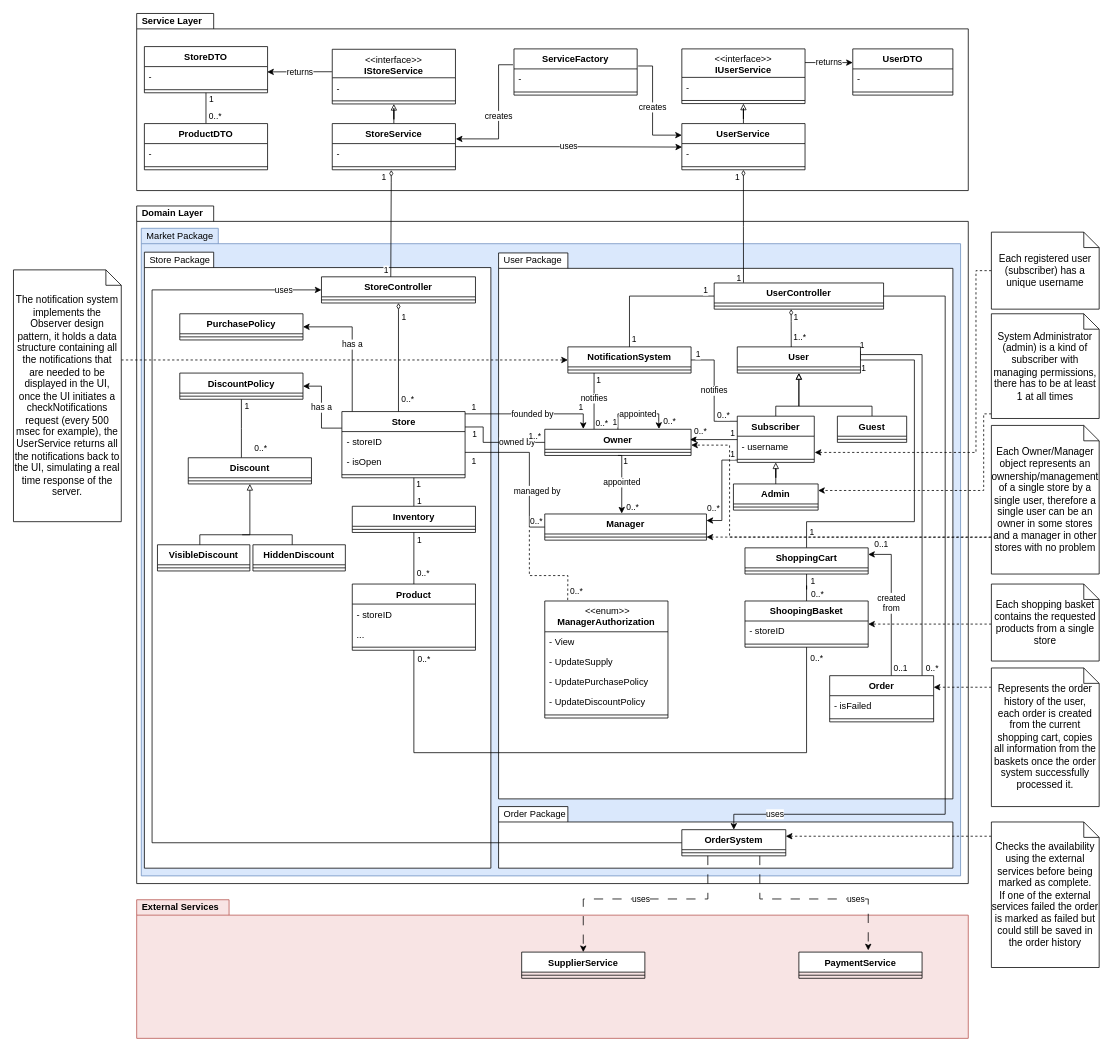
SE-Project-Workshop-Group-17-B/SE-Project-Workshop-Group-17-B keeps this draw.io diagram as page "White Class Diagram" (1 of 3) of documents/Version0.drawio. Above is the earlier version. Source tidied: cells renumbered, new cells numbered last; positions are measured from the earlier drawing's top-left corner, leaving out a move shared by most shapes. Both pictures are drawn from the tidied source at 77%, with x=0, y=0 at pixel (13, 13).
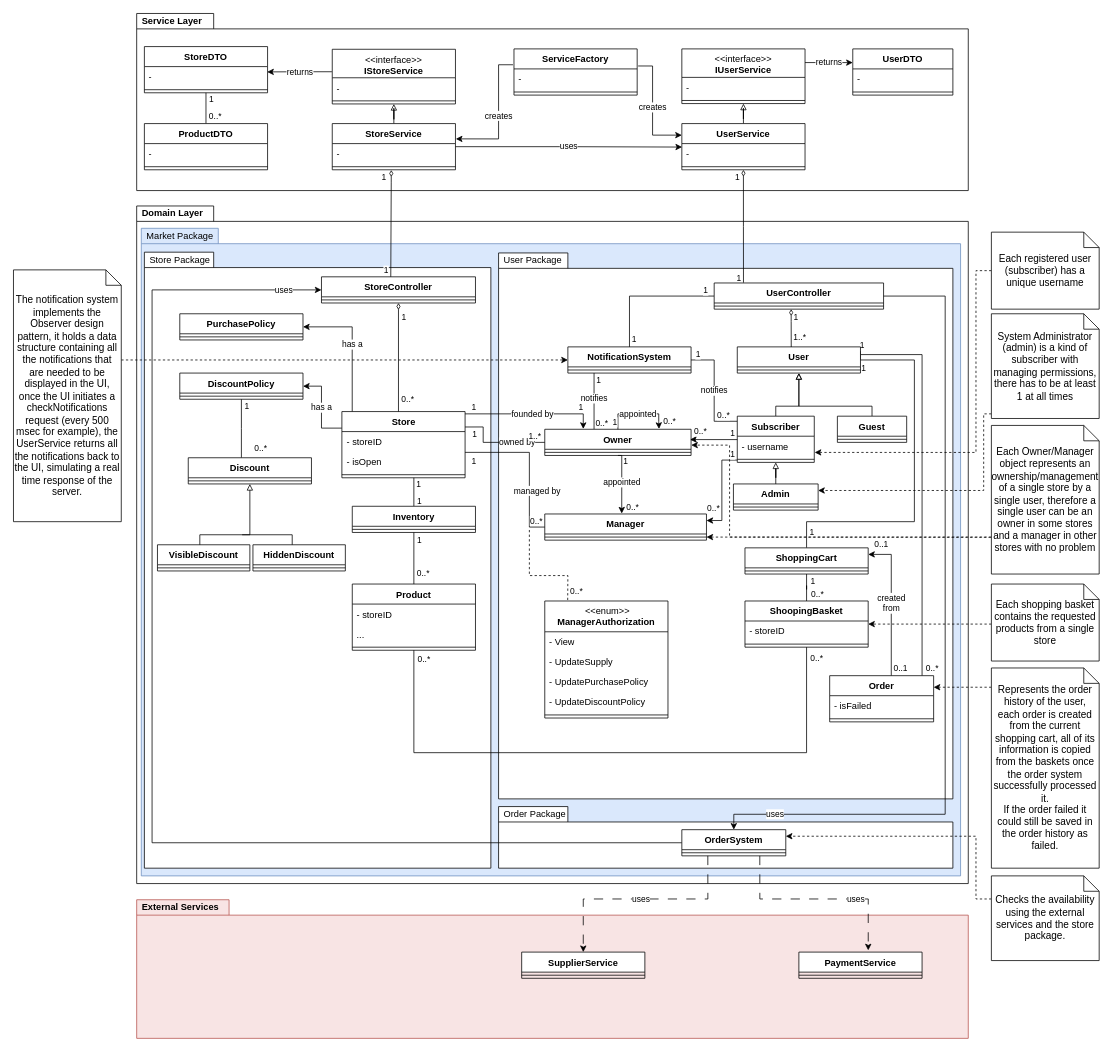
Above is the later version.

Commit message (it also covers changes not shown here):
Small update to the notes of the order system in the white class diagram

Unchanged cells that the change refers to:
```xml
<mxCell id="192" value="OrderSystem" style="swimlane;fontStyle=1;align=center;verticalAlign=top;horizontal=1;startSize=26;whiteSpace=wrap;html=1;" parent="1" vertex="1">
  <mxGeometry x="868" y="1060" width="135" height="34" as="geometry" />
</mxCell>
```

Change to the diagram source:
```diff
@@
-    <mxCell id="180" value="&lt;font style=&quot;font-size: 13px;&quot;&gt;Represents the order history of the user, each order is created from the current shopping cart, copies all information from the baskets once the order system successfully processed it.&lt;/font&gt;" style="shape=note;size=20;whiteSpace=wrap;html=1;fontSize=13;" parent="1" vertex="1">
-      <mxGeometry x="1270" y="850" width="140" height="180" as="geometry" />
+    <mxCell id="180" value="&lt;font style=&quot;font-size: 13px;&quot;&gt;Represents the order history of the user, each order is created from the current shopping cart, all of its information is copied from the baskets once the order system successfully processed it.&lt;br&gt;&lt;/font&gt;&lt;span style=&quot;background-color: initial;&quot;&gt;If the order failed it could still be saved in the order history as failed.&lt;/span&gt;" style="shape=note;size=20;whiteSpace=wrap;html=1;fontSize=13;" parent="1" vertex="1">
+      <mxGeometry x="1270" y="850" width="140" height="260" as="geometry" />
     </mxCell>
@@
     <mxCell id="194" style="edgeStyle=orthogonalEdgeStyle;rounded=0;jettySize=auto;html=1;entryX=1;entryY=0.25;entryDx=0;entryDy=0;dashed=1;" parent="1" edge="1" source="195" target="192">
       <mxGeometry relative="1" as="geometry">
         <Array as="points">
-          <mxPoint x="1137" y="1069" />
+          <mxPoint x="1250" y="1150" />
+          <mxPoint x="1250" y="1069" />
         </Array>
       </mxGeometry>
     </mxCell>
-    <mxCell id="195" value="Checks the availability using the external services before being marked as complete.&lt;br&gt;If one of the external services failed the order is marked as failed but could still be saved in the order history" style="shape=note;size=20;whiteSpace=wrap;html=1;fontSize=13;" parent="1" vertex="1">
-      <mxGeometry x="1270" y="1050" width="140" height="189" as="geometry" />
+    <mxCell id="195" value="Checks the availability using the external services and the store package." style="shape=note;size=20;whiteSpace=wrap;html=1;fontSize=13;" parent="1" vertex="1">
+      <mxGeometry x="1270" y="1120" width="140" height="110" as="geometry" />
     </mxCell>
```
